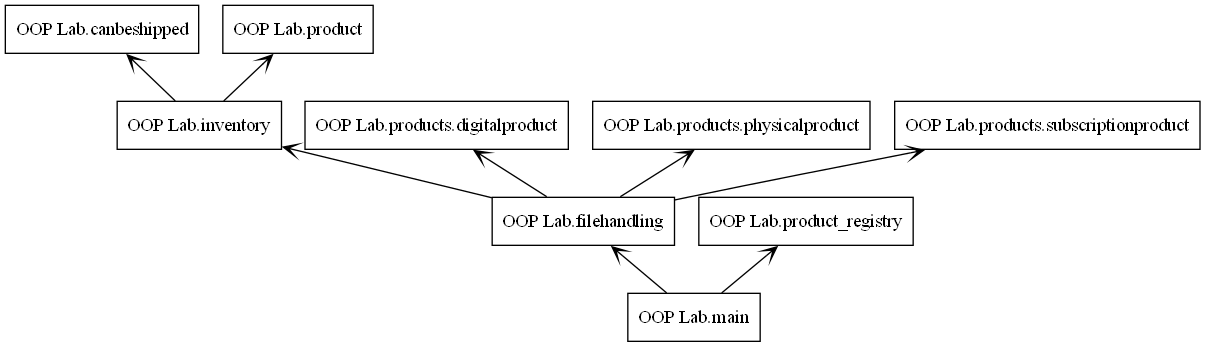
Above: OOP_Lab/packages.png in SYnthestic/INF1103lab2 (PlantUML), before the change. Its source is kept beside it as OOP_Lab/packages.puml.
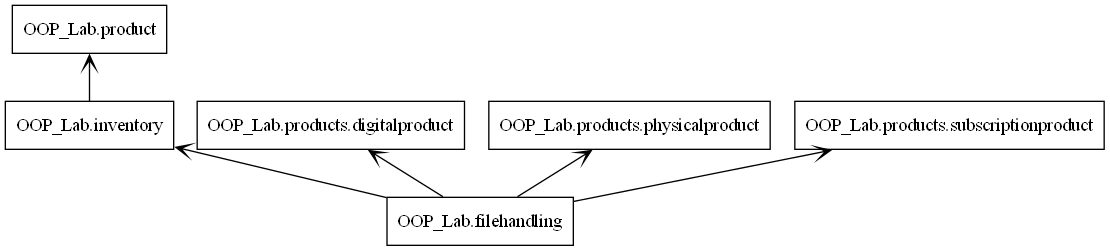
The same diagram one commit later.

Diff of the diagram source:
```diff
@@ -1,23 +1,23 @@
 @startuml packages
 set namespaceSeparator none
-package "OOP Lab.canbeshipped" as OOP Lab.canbeshipped {
+package "OOP_Lab.canbeshipped" as OOP_Lab.canbeshipped {
 }
-package "OOP Lab.filehandling" as OOP Lab.filehandling {
+package "OOP_Lab.filehandling" as OOP_Lab.filehandling {
 }
-package "OOP Lab.inventory" as OOP Lab.inventory {
+package "OOP_Lab.inventory" as OOP_Lab.inventory {
 }
-package "OOP Lab.product" as OOP Lab.product {
+package "OOP_Lab.product" as OOP_Lab.product {
 }
-package "OOP Lab.products.digitalproduct" as OOP Lab.products.digitalproduct {
+package "OOP_Lab.products.digitalproduct" as OOP_Lab.products.digitalproduct {
 }
-package "OOP Lab.products.physicalproduct" as OOP Lab.products.physicalproduct {
+package "OOP_Lab.products.physicalproduct" as OOP_Lab.products.physicalproduct {
 }
-package "OOP Lab.products.subscriptionproduct" as OOP Lab.products.subscriptionproduct {
+package "OOP_Lab.products.subscriptionproduct" as OOP_Lab.products.subscriptionproduct {
 }
-OOP Lab.filehandling --> OOP Lab.inventory
-OOP Lab.filehandling --> OOP Lab.products.digitalproduct
-OOP Lab.filehandling --> OOP Lab.products.physicalproduct
-OOP Lab.filehandling --> OOP Lab.products.subscriptionproduct
-OOP Lab.inventory --> OOP Lab.canbeshipped
-OOP Lab.inventory --> OOP Lab.product
+OOP_Lab.filehandling --> OOP_Lab.inventory
+OOP_Lab.filehandling --> OOP_Lab.products.digitalproduct
+OOP_Lab.filehandling --> OOP_Lab.products.physicalproduct
+OOP_Lab.filehandling --> OOP_Lab.products.subscriptionproduct
+OOP_Lab.inventory --> OOP_Lab.canbeshipped
+OOP_Lab.inventory --> OOP_Lab.product
 @enduml
```
